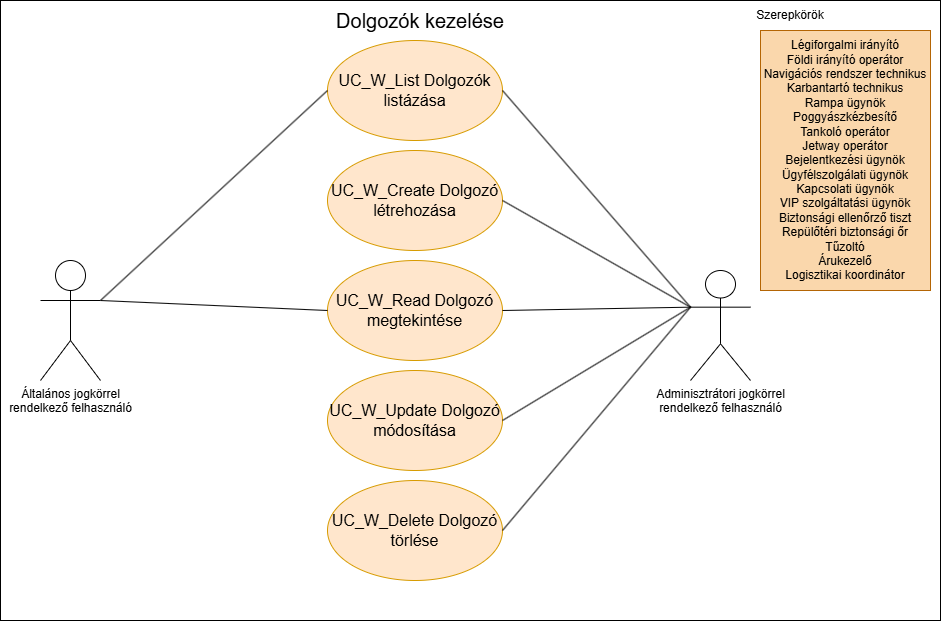
lulwszabolcs/A-PROJEKT keeps this draw.io diagram as docs/static/UC_diagrams/manageWorkersUseCases.drawio.png. Above is the earlier version. Source tidied: cells renumbered, new cells last; positions are measured from the earlier drawing's top-left corner, leaving out a move shared by most shapes.
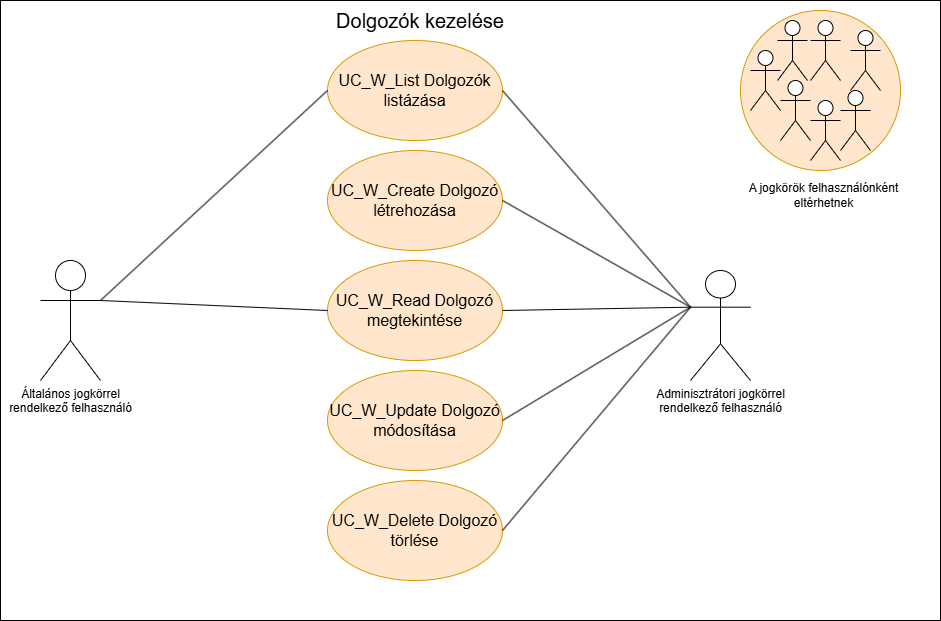
After the change.

What changed in the source:
```diff
@@ -50,11 +50,32 @@
     <mxCell id="17" value="Adminisztrátori jogkörrel&lt;div&gt;rendelkező felhasználó&lt;/div&gt;" style="shape=umlActor;verticalLabelPosition=bottom;verticalAlign=top;html=1;outlineConnect=0;" parent="1" vertex="1">
       <mxGeometry x="690" y="270" width="60" height="110" as="geometry" />
     </mxCell>
-    <mxCell id="18" value="Légiforgalmi irányító&lt;div&gt;Földi irányító operátor&lt;/div&gt;&lt;div&gt;Navigációs rendszer technikus&lt;/div&gt;&lt;div&gt;Karbantartó technikus&lt;/div&gt;&lt;div&gt;Rampa ügynök&lt;/div&gt;&lt;div&gt;Poggyászkézbesítő&lt;/div&gt;&lt;div&gt;Tankoló operátor&lt;/div&gt;&lt;div&gt;Jetway operátor&lt;/div&gt;&lt;div&gt;Bejelentkezési ügynök&lt;/div&gt;&lt;div&gt;Ügyfélszolgálati ügynök&lt;/div&gt;&lt;div&gt;Kapcsolati ügynök&lt;/div&gt;&lt;div&gt;VIP szolgáltatási ügynök&lt;/div&gt;&lt;div&gt;Biztonsági ellenőrző tiszt&lt;/div&gt;&lt;div&gt;Repülőtéri biztonsági őr&lt;/div&gt;&lt;div&gt;Tűzoltó&lt;/div&gt;&lt;div&gt;Árukezelő&lt;/div&gt;&lt;div&gt;Logisztikai koordinátor&lt;/div&gt;" style="rounded=0;whiteSpace=wrap;html=1;fillColor=#fad7ac;strokeColor=#b46504;" parent="1" vertex="1">
-      <mxGeometry x="760" y="30" width="170" height="260" as="geometry" />
-    </mxCell>
-    <mxCell id="19" value="Szerepkörök" style="text;html=1;align=center;verticalAlign=middle;whiteSpace=wrap;rounded=0;" parent="1" vertex="1">
-      <mxGeometry x="760" width="60" height="30" as="geometry" />
-    </mxCell>
+    <mxCell id="20" style="ellipse;whiteSpace=wrap;html=1;fillColor=#ffe6cc;strokeColor=#d79b00;" parent="1" vertex="1">
+      <mxGeometry x="740" y="10" width="160" height="160" as="geometry" />
+    </mxCell>
+    <mxCell id="21" style="shape=umlActor;verticalLabelPosition=bottom;verticalAlign=top;html=1;" parent="1" vertex="1">
+      <mxGeometry x="840" y="90" width="30" height="60" as="geometry" />
+    </mxCell>
+    <mxCell id="22" style="shape=umlActor;verticalLabelPosition=bottom;verticalAlign=top;html=1;" parent="1" vertex="1">
+      <mxGeometry x="810" y="20" width="30" height="60" as="geometry" />
+    </mxCell>
+    <mxCell id="23" style="shape=umlActor;verticalLabelPosition=bottom;verticalAlign=top;html=1;" parent="1" vertex="1">
+      <mxGeometry x="810" y="100" width="30" height="60" as="geometry" />
+    </mxCell>
+    <mxCell id="24" style="shape=umlActor;verticalLabelPosition=bottom;verticalAlign=top;html=1;" parent="1" vertex="1">
+      <mxGeometry x="780" y="80" width="30" height="60" as="geometry" />
+    </mxCell>
+    <mxCell id="25" style="shape=umlActor;verticalLabelPosition=bottom;verticalAlign=top;html=1;" parent="1" vertex="1">
+      <mxGeometry x="777" y="20" width="30" height="60" as="geometry" />
+    </mxCell>
+    <mxCell id="26" style="shape=umlActor;verticalLabelPosition=bottom;verticalAlign=top;html=1;" parent="1" vertex="1">
+      <mxGeometry x="750" y="50" width="30" height="60" as="geometry" />
+    </mxCell>
+    <mxCell id="27" style="shape=umlActor;verticalLabelPosition=bottom;verticalAlign=top;html=1;" parent="1" vertex="1">
+      <mxGeometry x="850" y="30" width="30" height="60" as="geometry" />
+    </mxCell>
+    <mxCell id="28" value="A jogkörök felhasználónként eltérhetnek" style="text;html=1;align=center;verticalAlign=middle;whiteSpace=wrap;rounded=0;" parent="1" vertex="1">
+      <mxGeometry x="747" y="180" width="153" height="30" as="geometry" />
+    </mxCell>
   </root>
 </mxGraphModel>
```
